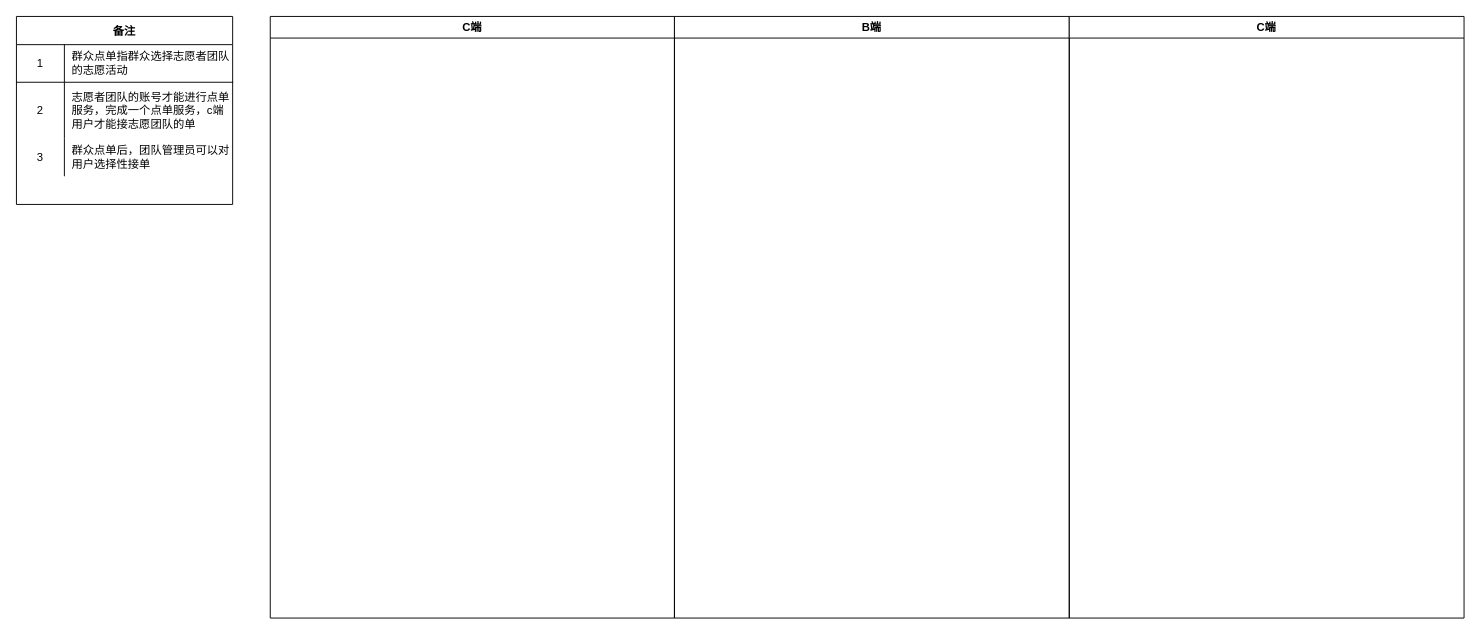
The draw.io diagram 未命名绘图.drawio in KZ137onethe/hello-world, before the edit. Source tidied: cells renumbered, new cells numbered last; positions are measured from the earlier drawing's top-left corner, leaving out a move shared by most shapes. Both pictures are drawn from the tidied source at 94%, with x=0, y=0 at pixel (16, 16).
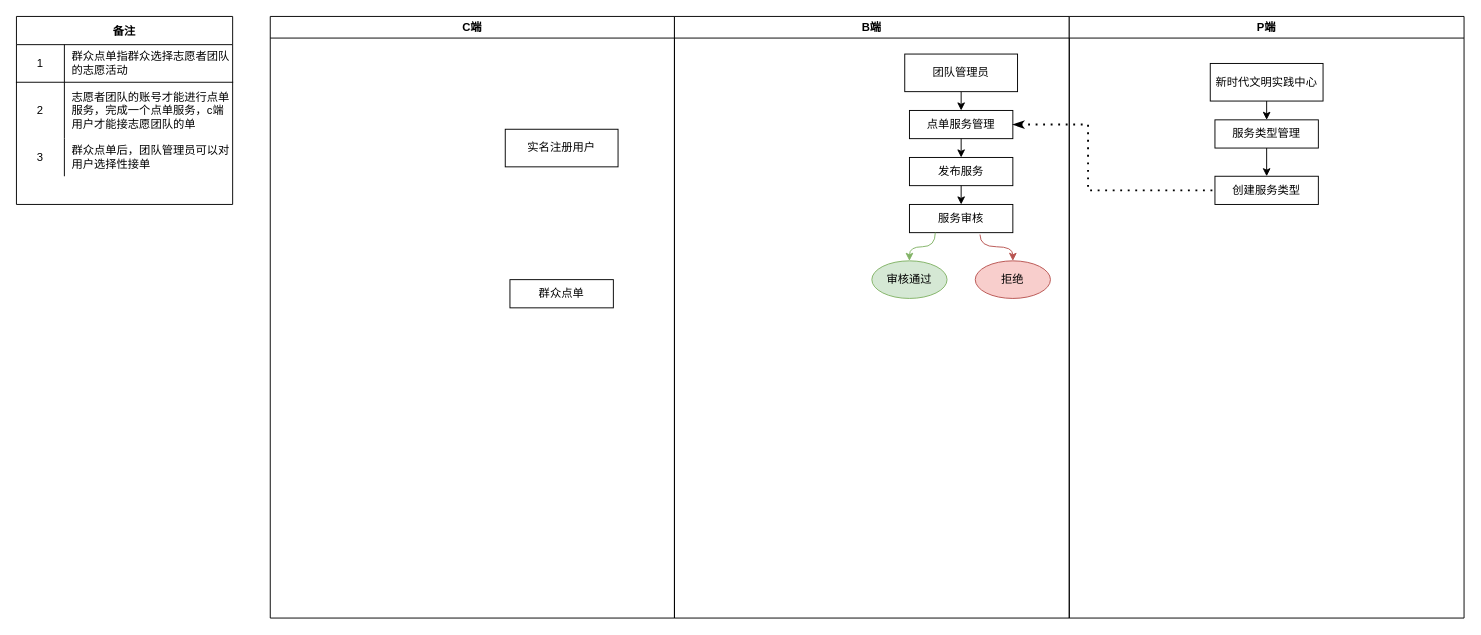
The same page after the edit.

Commit message:
更新未命名绘图.drawio

Unchanged cells that the change refers to:
```xml
<mxCell id="12" value="C端" style="swimlane;fontColor=default;strokeColor=default;fillColor=default;" parent="1" vertex="1">
  <mxGeometry x="270" width="430" height="640" as="geometry" />
</mxCell>
<mxCell id="13" value="B端" style="swimlane;fontColor=default;strokeColor=default;fillColor=default;" parent="1" vertex="1">
  <mxGeometry x="700" width="420" height="640" as="geometry" />
</mxCell>
```

Diff of the diagram source:
```diff
@@
+    <mxCell id="15" value="群众点单" style="rounded=0;whiteSpace=wrap;html=1;fontColor=default;strokeColor=default;fillColor=default;" parent="12" vertex="1">
+      <mxGeometry x="255" y="280" width="110" height="30" as="geometry" />
+    </mxCell>
+    <mxCell id="16" value="实名注册用户" style="rounded=0;whiteSpace=wrap;html=1;fontColor=default;strokeColor=default;fillColor=default;" parent="12" vertex="1">
+      <mxGeometry x="250" y="120" width="120" height="40" as="geometry" />
+    </mxCell>
@@
+    <mxCell id="17" value="点单服务管理" style="rounded=0;whiteSpace=wrap;html=1;fontColor=default;strokeColor=default;fillColor=default;" parent="13" vertex="1">
+      <mxGeometry x="250" y="100" width="110" height="30" as="geometry" />
+    </mxCell>
+    <mxCell id="18" style="endArrow=classic;html=1;rounded=0;labelBackgroundColor=default;fontColor=default;strokeColor=default;exitX=0.5;exitY=1;exitDx=0;exitDy=0;fillColor=default;" parent="13" edge="1" source="23" target="17">
+      <mxGeometry relative="1" as="geometry" />
+    </mxCell>
+    <mxCell id="19" value="发布服务" style="rounded=0;whiteSpace=wrap;html=1;fontColor=default;strokeColor=default;fillColor=default;" parent="13" vertex="1">
+      <mxGeometry x="250" y="150" width="110" height="30" as="geometry" />
+    </mxCell>
+    <mxCell id="20" style="endArrow=classic;html=1;rounded=0;labelBackgroundColor=default;fontColor=default;strokeColor=default;fillColor=default;exitX=0.5;exitY=1;exitDx=0;exitDy=0;entryX=0.5;entryY=0;entryDx=0;entryDy=0;" parent="13" edge="1" source="17" target="19">
+      <mxGeometry relative="1" as="geometry" />
+    </mxCell>
+    <mxCell id="21" value="服务审核" style="rounded=0;whiteSpace=wrap;html=1;fontColor=default;strokeColor=default;fillColor=default;" parent="13" vertex="1">
+      <mxGeometry x="250" y="200" width="110" height="30" as="geometry" />
+    </mxCell>
+    <mxCell id="22" style="endArrow=classic;html=1;rounded=0;labelBackgroundColor=default;fontColor=default;strokeColor=default;fillColor=default;exitX=0.5;exitY=1;exitDx=0;exitDy=0;entryX=0.5;entryY=0;entryDx=0;entryDy=0;" parent="13" edge="1" source="19" target="21">
+      <mxGeometry relative="1" as="geometry" />
+    </mxCell>
+    <mxCell id="23" value="团队管理员" style="rounded=0;whiteSpace=wrap;html=1;fontColor=default;strokeColor=default;fillColor=default;" parent="13" vertex="1">
+      <mxGeometry x="245" y="40" width="120" height="40" as="geometry" />
+    </mxCell>
+    <mxCell id="24" value="审核通过" style="ellipse;whiteSpace=wrap;html=1;strokeColor=#82b366;fillColor=#d5e8d4;fontColor=default;" parent="13" vertex="1">
+      <mxGeometry x="210" y="260" width="80" height="40" as="geometry" />
+    </mxCell>
+    <mxCell id="25" value="拒绝" style="ellipse;whiteSpace=wrap;html=1;strokeColor=#b85450;fillColor=#f8cecc;fontColor=default;" parent="13" vertex="1">
+      <mxGeometry x="320" y="260" width="80" height="40" as="geometry" />
+    </mxCell>
+    <mxCell id="26" style="endArrow=classic;html=1;rounded=0;labelBackgroundColor=default;fontColor=default;strokeColor=#82b366;fillColor=#d5e8d4;exitX=0.25;exitY=1;exitDx=0;exitDy=0;entryX=0.5;entryY=0;entryDx=0;entryDy=0;edgeStyle=orthogonalEdgeStyle;curved=1;" parent="13" edge="1" source="21" target="24">
+      <mxGeometry relative="1" as="geometry" />
+    </mxCell>
+    <mxCell id="27" style="endArrow=classic;html=1;rounded=0;labelBackgroundColor=default;fontColor=default;strokeColor=#b85450;fillColor=#f8cecc;curved=1;exitX=0.682;exitY=1.067;exitDx=0;exitDy=0;exitPerimeter=0;entryX=0.5;entryY=0;entryDx=0;entryDy=0;edgeStyle=orthogonalEdgeStyle;" parent="13" edge="1" source="21" target="25">
+      <mxGeometry relative="1" as="geometry" />
+    </mxCell>
-    <mxCell id="14" value="C端" style="swimlane;fontColor=default;strokeColor=default;fillColor=default;" parent="1" vertex="1">
+    <mxCell id="14" value="P端" style="swimlane;fontColor=default;strokeColor=default;fillColor=default;startSize=23;" parent="1" vertex="1">
       <mxGeometry x="1120" width="420" height="640" as="geometry" />
     </mxCell>
+    <mxCell id="28" value="新时代文明实践中心" style="rounded=0;whiteSpace=wrap;html=1;fontColor=default;strokeColor=default;fillColor=default;" parent="14" vertex="1">
+      <mxGeometry x="150" y="50" width="120" height="40" as="geometry" />
+    </mxCell>
+    <mxCell id="29" value="服务类型管理" style="rounded=0;whiteSpace=wrap;html=1;fontColor=default;strokeColor=default;fillColor=default;" parent="14" vertex="1">
+      <mxGeometry x="155" y="110" width="110" height="30" as="geometry" />
+    </mxCell>
+    <mxCell id="30" value="创建服务类型" style="rounded=0;whiteSpace=wrap;html=1;fontColor=default;strokeColor=default;fillColor=default;" parent="14" vertex="1">
+      <mxGeometry x="155" y="170" width="110" height="30" as="geometry" />
+    </mxCell>
+    <mxCell id="31" style="endArrow=classic;html=1;rounded=0;labelBackgroundColor=default;fontColor=default;strokeColor=default;exitX=0.5;exitY=1;exitDx=0;exitDy=0;entryX=0.5;entryY=0;entryDx=0;entryDy=0;" parent="14" edge="1" source="28" target="29">
+      <mxGeometry relative="1" as="geometry" />
+    </mxCell>
+    <mxCell id="32" style="endArrow=classic;html=1;rounded=0;labelBackgroundColor=default;fontColor=default;strokeColor=default;exitX=0.5;exitY=1;exitDx=0;exitDy=0;entryX=0.5;entryY=0;entryDx=0;entryDy=0;" parent="14" edge="1" source="29" target="30">
+      <mxGeometry relative="1" as="geometry" />
+    </mxCell>
+    <mxCell id="33" style="endArrow=none;dashed=1;html=1;dashPattern=1 3;strokeWidth=2;rounded=0;labelBackgroundColor=default;fontColor=default;entryX=0;entryY=0.5;entryDx=0;entryDy=0;strokeColor=default;exitX=1;exitY=0.5;exitDx=0;exitDy=0;endFill=0;startArrow=classicThin;startFill=1;" parent="1" edge="1" source="17" target="30">
+      <mxGeometry relative="1" as="geometry">
+        <Array as="points">
+          <mxPoint x="1140" y="115" />
+          <mxPoint x="1140" y="185" />
+        </Array>
+      </mxGeometry>
+    </mxCell>
```
